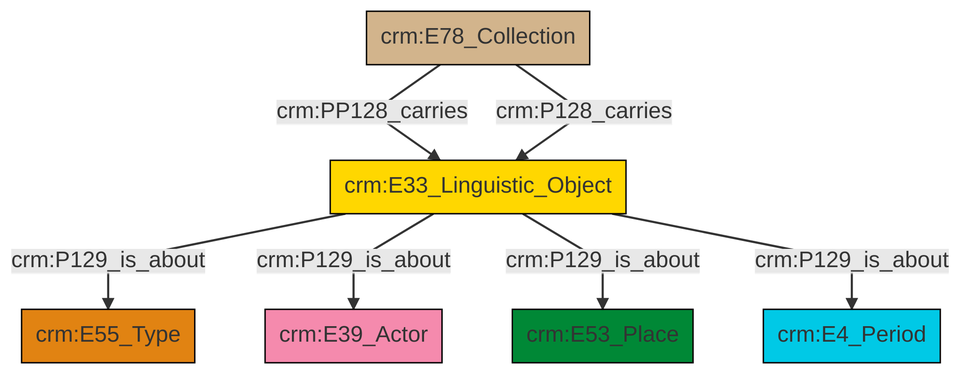
Earlier version of the Mermaid export et/archivalCSV/ttl/mmd/png/archival_aboutness.png (swiss-art-research-net/docs.swissartresearch). Its source is kept beside it as et/archivalCSV/ttl/mmd/archival_aboutness.ttl.mmd.
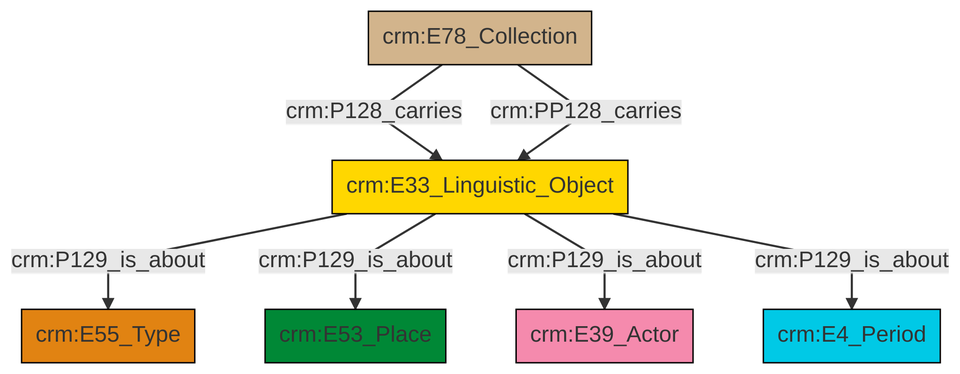
After the commit.

Change to the diagram source:
```diff
@@ -13,9 +13,9 @@
 classDef PC_Classes fill:#4ce600, stroke:#000000;
 classDef Multi fill:#cccccc,stroke:#000000;
 
-0["crm:E78_Collection"]:::Physical_Thing -->|crm:PP128_carries| 1["crm:E33_Linguistic_Object"]:::Conceptual_Object
-1["crm:E33_Linguistic_Object"]:::Conceptual_Object -->|crm:P129_is_about| 5["crm:E55_Type"]:::Type
-1["crm:E33_Linguistic_Object"]:::Conceptual_Object -->|crm:P129_is_about| 3["crm:E39_Actor"]:::Actor
-1["crm:E33_Linguistic_Object"]:::Conceptual_Object -->|crm:P129_is_about| 6["crm:E53_Place"]:::Place
-0["crm:E78_Collection"]:::Physical_Thing -->|crm:P128_carries| 1["crm:E33_Linguistic_Object"]:::Conceptual_Object
-1["crm:E33_Linguistic_Object"]:::Conceptual_Object -->|crm:P129_is_about| 8["crm:E4_Period"]:::Temporal_Entity
+0["crm:E33_Linguistic_Object"]:::Conceptual_Object -->|crm:P129_is_about| 1["crm:E55_Type"]:::Type
+0["crm:E33_Linguistic_Object"]:::Conceptual_Object -->|crm:P129_is_about| 2["crm:E53_Place"]:::Place
+3["crm:E78_Collection"]:::Physical_Thing -->|crm:P128_carries| 0["crm:E33_Linguistic_Object"]:::Conceptual_Object
+3["crm:E78_Collection"]:::Physical_Thing -->|crm:PP128_carries| 0["crm:E33_Linguistic_Object"]:::Conceptual_Object
+0["crm:E33_Linguistic_Object"]:::Conceptual_Object -->|crm:P129_is_about| 4["crm:E39_Actor"]:::Actor
+0["crm:E33_Linguistic_Object"]:::Conceptual_Object -->|crm:P129_is_about| 6["crm:E4_Period"]:::Temporal_Entity
```
